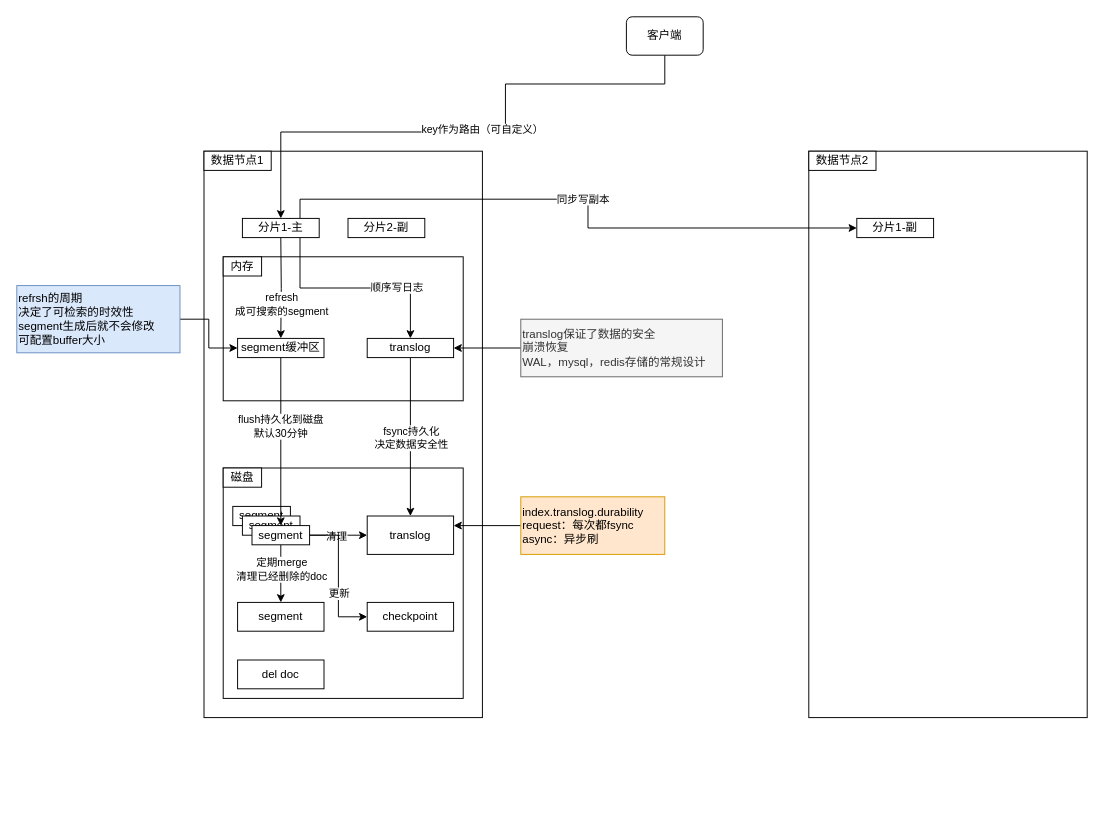
Earlier version of the draw.io diagram storage.drawio (lovercode/drawio). Source tidied: cells renumbered, new cells numbered last; positions are measured from the earlier drawing's top-left corner, leaving out a move shared by most shapes. Both pictures are drawn from the tidied source at 96%, with x=0, y=0 at pixel (16, 16).
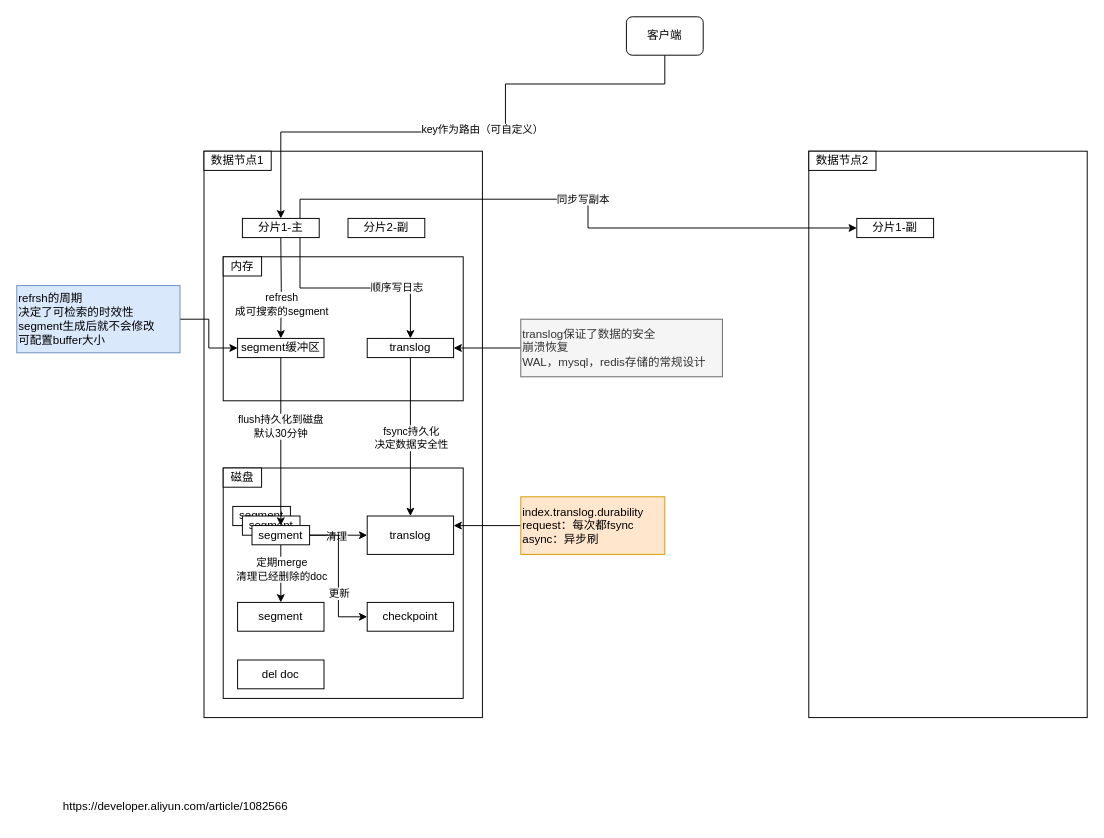
The same page after the edit.

Diff of the diagram source:
```diff
@@
+    <mxCell id="46" value="https://developer.aliyun.com/article/1082566" style="text;html=1;align=center;verticalAlign=middle;strokeColor=none;fillColor=none;" parent="1" vertex="1">
+      <mxGeometry x="35" y="808" width="260" height="30" as="geometry" />
+    </mxCell>
```
